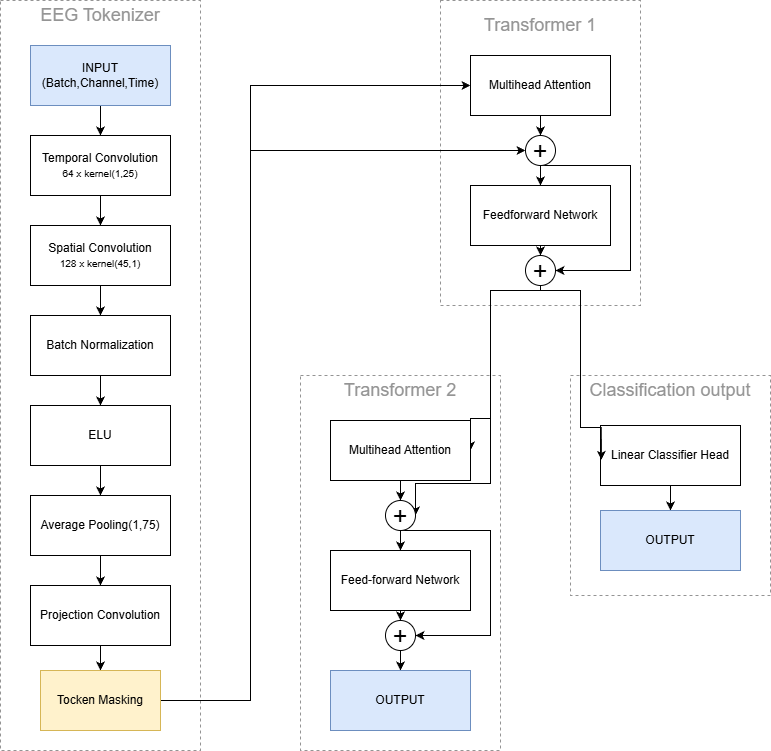
Earlier version of the draw.io export Memoria/plantilla_tfg_latex__1_/Imagenes/Bitmap/Esquema-Training-Modelo.png (J0RGITO-SA3Z/TFG-BCI). Source tidied: cells renumbered, new cells last; positions are measured from the earlier drawing's top-left corner, leaving out a move shared by most shapes.
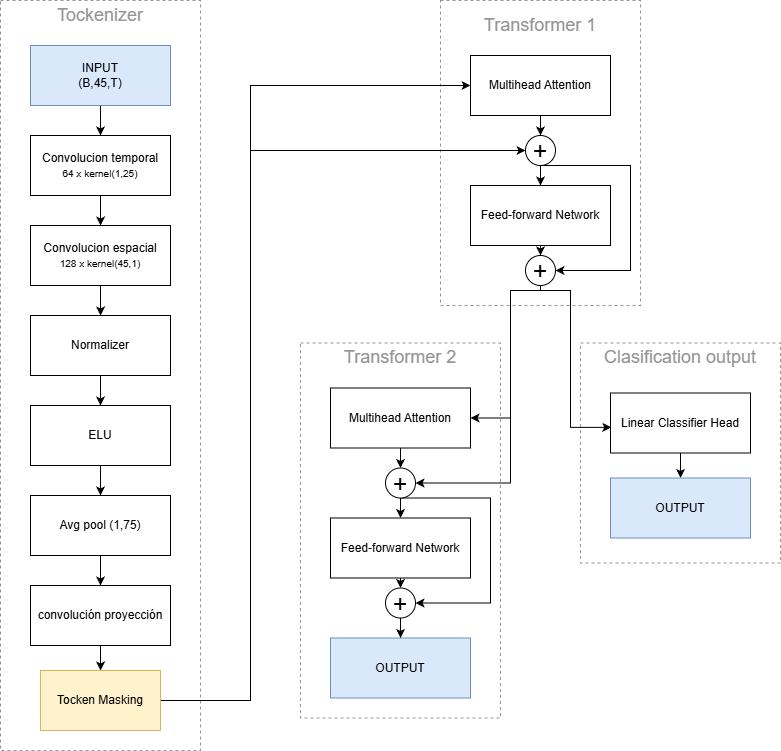
The same diagram one commit later.

The edit, as a diff of the source:
```diff
@@ -3,7 +3,7 @@
     <mxCell id="0" />
     <mxCell id="1" parent="0" />
     <mxCell id="2" style="verticalLabelPosition=bottom;verticalAlign=top;html=1;shape=mxgraph.basic.rect;fillColor2=none;strokeWidth=1;size=20;indent=5;fillColor=none;dashed=1;strokeColor=#949494;" parent="1" vertex="1">
-      <mxGeometry x="570" y="375" width="200" height="220" as="geometry" />
+      <mxGeometry x="580" y="342.5" width="200" height="220" as="geometry" />
     </mxCell>
     <mxCell id="3" style="verticalLabelPosition=bottom;verticalAlign=top;html=1;shape=mxgraph.basic.rect;fillColor2=none;strokeWidth=1;size=20;indent=5;fillColor=none;dashed=1;strokeColor=#949494;" parent="1" vertex="1">
       <mxGeometry x="440" width="200" height="305" as="geometry" />
@@ -14,19 +14,19 @@
     <mxCell id="5" style="edgeStyle=orthogonalEdgeStyle;rounded=0;jettySize=auto;html=1;exitX=0.5;exitY=1;exitDx=0;exitDy=0;" parent="1" edge="1" source="6" target="8">
       <mxGeometry relative="1" as="geometry" />
     </mxCell>
-    <mxCell id="6" value="&lt;div&gt;Temporal Convolution&lt;br&gt;&lt;font size=&quot;1&quot;&gt;64 x kernel(1,25)&lt;/font&gt;&lt;/div&gt;" style="whiteSpace=wrap;html=1;" parent="1" vertex="1">
+    <mxCell id="6" value="Convolucion temporal&lt;br&gt;&lt;font size=&quot;1&quot;&gt;64 x kernel(1,25)&lt;/font&gt;" style="whiteSpace=wrap;html=1;" parent="1" vertex="1">
       <mxGeometry x="30" y="135" width="140" height="60" as="geometry" />
     </mxCell>
     <mxCell id="7" style="edgeStyle=orthogonalEdgeStyle;rounded=0;jettySize=auto;html=1;exitX=0.5;exitY=1;exitDx=0;exitDy=0;" parent="1" edge="1" source="8" target="10">
       <mxGeometry relative="1" as="geometry" />
     </mxCell>
-    <mxCell id="8" value="Spatial Convolution&lt;br&gt;&lt;font size=&quot;1&quot;&gt;128 x kernel(45,1)&lt;/font&gt;" style="whiteSpace=wrap;html=1;" parent="1" vertex="1">
+    <mxCell id="8" value="Convolucion espacial&lt;br&gt;&lt;font size=&quot;1&quot;&gt;128 x kernel(45,1)&lt;/font&gt;" style="whiteSpace=wrap;html=1;" parent="1" vertex="1">
       <mxGeometry x="30" y="225" width="140" height="60" as="geometry" />
     </mxCell>
     <mxCell id="9" style="edgeStyle=orthogonalEdgeStyle;rounded=0;jettySize=auto;html=1;exitX=0.5;exitY=1;exitDx=0;exitDy=0;entryX=0.5;entryY=0;entryDx=0;entryDy=0;" parent="1" edge="1" source="10" target="12">
       <mxGeometry relative="1" as="geometry" />
     </mxCell>
-    <mxCell id="10" value="Batch Normalization" style="whiteSpace=wrap;html=1;" parent="1" vertex="1">
+    <mxCell id="10" value="Normalizer" style="whiteSpace=wrap;html=1;" parent="1" vertex="1">
       <mxGeometry x="30" y="315" width="140" height="60" as="geometry" />
     </mxCell>
     <mxCell id="11" style="edgeStyle=orthogonalEdgeStyle;rounded=0;jettySize=auto;html=1;exitX=0.5;exitY=1;exitDx=0;exitDy=0;entryX=0.5;entryY=0;entryDx=0;entryDy=0;" parent="1" edge="1" source="12" target="14">
@@ -38,7 +38,7 @@
     <mxCell id="13" style="edgeStyle=orthogonalEdgeStyle;rounded=0;jettySize=auto;html=1;exitX=0.5;exitY=1;exitDx=0;exitDy=0;entryX=0.5;entryY=0;entryDx=0;entryDy=0;" parent="1" edge="1" source="14" target="16">
       <mxGeometry relative="1" as="geometry" />
     </mxCell>
-    <mxCell id="14" value="Average Pooling(1,75)" style="whiteSpace=wrap;html=1;" parent="1" vertex="1">
+    <mxCell id="14" value="Avg pool (1,75)" style="whiteSpace=wrap;html=1;" parent="1" vertex="1">
       <mxGeometry x="30" y="495" width="140" height="60" as="geometry" />
     </mxCell>
     <mxCell id="15" style="edgeStyle=orthogonalEdgeStyle;rounded=0;jettySize=auto;html=1;" parent="1" edge="1" source="16" target="48">
@@ -49,7 +49,7 @@
         </Array>
       </mxGeometry>
     </mxCell>
-    <mxCell id="16" value="Projection Convolution" style="whiteSpace=wrap;html=1;" parent="1" vertex="1">
+    <mxCell id="16" value="convolución proyección" style="whiteSpace=wrap;html=1;" parent="1" vertex="1">
       <mxGeometry x="30" y="585" width="140" height="60" as="geometry" />
     </mxCell>
     <mxCell id="17" style="edgeStyle=orthogonalEdgeStyle;rounded=0;jettySize=auto;html=1;exitX=0.5;exitY=1;exitDx=0;exitDy=0;entryX=0.5;entryY=0;entryDx=0;entryDy=0;" parent="1" edge="1" source="18" target="22">
@@ -58,7 +58,7 @@
     <mxCell id="18" value="Multihead Attention" style="whiteSpace=wrap;html=1;" parent="1" vertex="1">
       <mxGeometry x="470" y="55" width="140" height="60" as="geometry" />
     </mxCell>
-    <mxCell id="19" value="&lt;font style=&quot;font-size: 18px; color: rgb(148, 148, 148);&quot;&gt;EEG Tokenizer&lt;/font&gt;" style="text;html=1;whiteSpace=wrap;strokeColor=none;fillColor=none;align=center;verticalAlign=middle;rounded=0;" parent="1" vertex="1">
+    <mxCell id="19" value="&lt;font style=&quot;font-size: 18px; color: rgb(148, 148, 148);&quot;&gt;Tockenizer&lt;/font&gt;" style="text;html=1;whiteSpace=wrap;strokeColor=none;fillColor=none;align=center;verticalAlign=middle;rounded=0;" parent="1" vertex="1">
       <mxGeometry x="35" width="130" height="30" as="geometry" />
     </mxCell>
     <mxCell id="20" style="edgeStyle=orthogonalEdgeStyle;rounded=0;jettySize=auto;html=1;exitX=0.5;exitY=1;exitDx=0;exitDy=0;entryX=0.5;entryY=0;entryDx=0;entryDy=0;" parent="1" edge="1" source="22" target="24">
@@ -78,7 +78,7 @@
     <mxCell id="23" style="edgeStyle=orthogonalEdgeStyle;rounded=0;jettySize=auto;html=1;exitX=0.5;exitY=1;exitDx=0;exitDy=0;entryX=0.5;entryY=0;entryDx=0;entryDy=0;" parent="1" edge="1" source="24" target="28">
       <mxGeometry relative="1" as="geometry" />
     </mxCell>
-    <mxCell id="24" value="Feedforward Network" style="whiteSpace=wrap;html=1;" parent="1" vertex="1">
+    <mxCell id="24" value="Feed-forward Network" style="whiteSpace=wrap;html=1;" parent="1" vertex="1">
       <mxGeometry x="470" y="185" width="140" height="60" as="geometry" />
     </mxCell>
     <mxCell id="25" value="&lt;font style=&quot;font-size: 18px; color: rgb(148, 148, 148);&quot;&gt;Transformer 1&lt;/font&gt;" style="text;html=1;whiteSpace=wrap;strokeColor=none;fillColor=none;align=center;verticalAlign=middle;rounded=0;" parent="1" vertex="1">
@@ -88,8 +88,8 @@
       <mxGeometry relative="1" as="geometry">
         <Array as="points">
           <mxPoint x="540" y="290" />
-          <mxPoint x="490" y="290" />
-          <mxPoint x="490" y="483" />
+          <mxPoint x="510" y="290" />
+          <mxPoint x="510" y="483" />
         </Array>
       </mxGeometry>
     </mxCell>
@@ -97,8 +97,8 @@
       <mxGeometry relative="1" as="geometry">
         <Array as="points">
           <mxPoint x="540" y="290" />
-          <mxPoint x="490" y="290" />
-          <mxPoint x="490" y="418" />
+          <mxPoint x="510" y="290" />
+          <mxPoint x="510" y="418" />
         </Array>
       </mxGeometry>
     </mxCell>
@@ -109,28 +109,28 @@
       <mxGeometry relative="1" as="geometry" />
     </mxCell>
     <mxCell id="30" value="Linear Classifier Head" style="whiteSpace=wrap;html=1;" parent="1" vertex="1">
-      <mxGeometry x="600" y="425" width="140" height="60" as="geometry" />
+      <mxGeometry x="610" y="392.5" width="140" height="60" as="geometry" />
     </mxCell>
     <mxCell id="31" value="OUTPUT" style="whiteSpace=wrap;html=1;fillColor=#dae8fc;strokeColor=#6c8ebf;" parent="1" vertex="1">
-      <mxGeometry x="600" y="510" width="140" height="60" as="geometry" />
+      <mxGeometry x="610" y="477.5" width="140" height="60" as="geometry" />
     </mxCell>
     <mxCell id="32" style="edgeStyle=orthogonalEdgeStyle;rounded=0;jettySize=auto;html=1;entryX=0.5;entryY=0;entryDx=0;entryDy=0;" parent="1" edge="1" source="33" target="6">
       <mxGeometry relative="1" as="geometry" />
     </mxCell>
-    <mxCell id="33" value="INPUT&lt;br&gt;(Batch,Channel,Time)" style="whiteSpace=wrap;html=1;fillColor=#dae8fc;strokeColor=#6c8ebf;" parent="1" vertex="1">
+    <mxCell id="33" value="INPUT&lt;br&gt;(B,45,T)" style="whiteSpace=wrap;html=1;fillColor=#dae8fc;strokeColor=#6c8ebf;" parent="1" vertex="1">
       <mxGeometry x="30" y="45" width="140" height="60" as="geometry" />
     </mxCell>
-    <mxCell id="34" value="&lt;font color=&quot;#949494&quot;&gt;&lt;span style=&quot;font-size: 18px;&quot;&gt;Classification output&lt;/span&gt;&lt;/font&gt;" style="text;html=1;whiteSpace=wrap;strokeColor=none;fillColor=none;align=center;verticalAlign=middle;rounded=0;" parent="1" vertex="1">
-      <mxGeometry x="580" y="375" width="180" height="30" as="geometry" />
+    <mxCell id="34" value="&lt;font color=&quot;#949494&quot;&gt;&lt;span style=&quot;font-size: 18px;&quot;&gt;Clasification output&lt;/span&gt;&lt;/font&gt;" style="text;html=1;whiteSpace=wrap;strokeColor=none;fillColor=none;align=center;verticalAlign=middle;rounded=0;" parent="1" vertex="1">
+      <mxGeometry x="600" y="342.5" width="160" height="30" as="geometry" />
     </mxCell>
     <mxCell id="35" style="verticalLabelPosition=bottom;verticalAlign=top;html=1;shape=mxgraph.basic.rect;fillColor2=none;strokeWidth=1;size=20;indent=5;fillColor=none;dashed=1;strokeColor=#949494;" parent="1" vertex="1">
-      <mxGeometry x="300" y="375" width="200" height="375" as="geometry" />
+      <mxGeometry x="300" y="342.5" width="200" height="375" as="geometry" />
     </mxCell>
     <mxCell id="36" style="edgeStyle=orthogonalEdgeStyle;rounded=0;jettySize=auto;html=1;exitX=0.5;exitY=1;exitDx=0;exitDy=0;entryX=0.5;entryY=0;entryDx=0;entryDy=0;" parent="1" edge="1" source="37" target="40">
       <mxGeometry relative="1" as="geometry" />
     </mxCell>
     <mxCell id="37" value="Multihead Attention" style="whiteSpace=wrap;html=1;" parent="1" vertex="1">
-      <mxGeometry x="330" y="420" width="140" height="60" as="geometry" />
+      <mxGeometry x="330" y="387.5" width="140" height="60" as="geometry" />
     </mxCell>
     <mxCell id="38" style="edgeStyle=orthogonalEdgeStyle;rounded=0;jettySize=auto;html=1;exitX=0.5;exitY=1;exitDx=0;exitDy=0;entryX=0.5;entryY=0;entryDx=0;entryDy=0;" parent="1" edge="1" source="40" target="42">
       <mxGeometry relative="1" as="geometry" />
@@ -138,28 +138,28 @@
     <mxCell id="39" style="edgeStyle=orthogonalEdgeStyle;rounded=0;jettySize=auto;html=1;exitX=0.5;exitY=1;exitDx=0;exitDy=0;entryX=1;entryY=0.5;entryDx=0;entryDy=0;" parent="1" edge="1" source="40" target="45">
       <mxGeometry relative="1" as="geometry">
         <Array as="points">
-          <mxPoint x="490" y="530" />
-          <mxPoint x="490" y="635" />
+          <mxPoint x="490" y="497.5" />
+          <mxPoint x="490" y="602.5" />
         </Array>
       </mxGeometry>
     </mxCell>
     <mxCell id="40" value="&lt;font style=&quot;font-size: 25px;&quot;&gt;+&lt;/font&gt;" style="ellipse;whiteSpace=wrap;html=1;" parent="1" vertex="1">
-      <mxGeometry x="385" y="500" width="30" height="30" as="geometry" />
+      <mxGeometry x="385" y="467.5" width="30" height="30" as="geometry" />
     </mxCell>
     <mxCell id="41" style="edgeStyle=orthogonalEdgeStyle;rounded=0;jettySize=auto;html=1;exitX=0.5;exitY=1;exitDx=0;exitDy=0;entryX=0.5;entryY=0;entryDx=0;entryDy=0;" parent="1" edge="1" source="42" target="45">
       <mxGeometry relative="1" as="geometry" />
     </mxCell>
     <mxCell id="42" value="Feed-forward Network" style="whiteSpace=wrap;html=1;" parent="1" vertex="1">
-      <mxGeometry x="330" y="550" width="140" height="60" as="geometry" />
+      <mxGeometry x="330" y="517.5" width="140" height="60" as="geometry" />
     </mxCell>
     <mxCell id="43" value="&lt;font style=&quot;font-size: 18px; color: rgb(148, 148, 148);&quot;&gt;Transformer 2&lt;/font&gt;" style="text;html=1;whiteSpace=wrap;strokeColor=none;fillColor=none;align=center;verticalAlign=middle;rounded=0;" parent="1" vertex="1">
-      <mxGeometry x="340" y="375" width="120" height="30" as="geometry" />
+      <mxGeometry x="340" y="342.5" width="120" height="30" as="geometry" />
     </mxCell>
     <mxCell id="44" style="edgeStyle=orthogonalEdgeStyle;rounded=0;jettySize=auto;html=1;" parent="1" edge="1" source="45" target="49">
       <mxGeometry relative="1" as="geometry" />
     </mxCell>
     <mxCell id="45" value="&lt;font style=&quot;font-size: 25px;&quot;&gt;+&lt;/font&gt;" style="ellipse;whiteSpace=wrap;html=1;" parent="1" vertex="1">
-      <mxGeometry x="385" y="620" width="30" height="30" as="geometry" />
+      <mxGeometry x="385" y="587.5" width="30" height="30" as="geometry" />
     </mxCell>
     <mxCell id="46" style="edgeStyle=orthogonalEdgeStyle;rounded=0;jettySize=auto;html=1;exitX=1;exitY=0.5;exitDx=0;exitDy=0;entryX=0;entryY=0.5;entryDx=0;entryDy=0;" parent="1" edge="1" source="48" target="18">
       <mxGeometry relative="1" as="geometry">
@@ -181,14 +181,14 @@
       <mxGeometry x="40" y="670" width="120" height="60" as="geometry" />
     </mxCell>
     <mxCell id="49" value="OUTPUT" style="whiteSpace=wrap;html=1;fillColor=#dae8fc;strokeColor=#6c8ebf;" parent="1" vertex="1">
-      <mxGeometry x="330" y="670" width="140" height="60" as="geometry" />
+      <mxGeometry x="330" y="637.5" width="140" height="60" as="geometry" />
     </mxCell>
     <mxCell id="50" style="edgeStyle=orthogonalEdgeStyle;rounded=0;jettySize=auto;html=1;entryX=0.006;entryY=0.572;entryDx=0;entryDy=0;entryPerimeter=0;" parent="1" edge="1" source="28" target="30">
       <mxGeometry relative="1" as="geometry">
         <Array as="points">
           <mxPoint x="540" y="290" />
-          <mxPoint x="580" y="290" />
-          <mxPoint x="580" y="427" />
+          <mxPoint x="570" y="290" />
+          <mxPoint x="570" y="427" />
         </Array>
       </mxGeometry>
     </mxCell>
```
